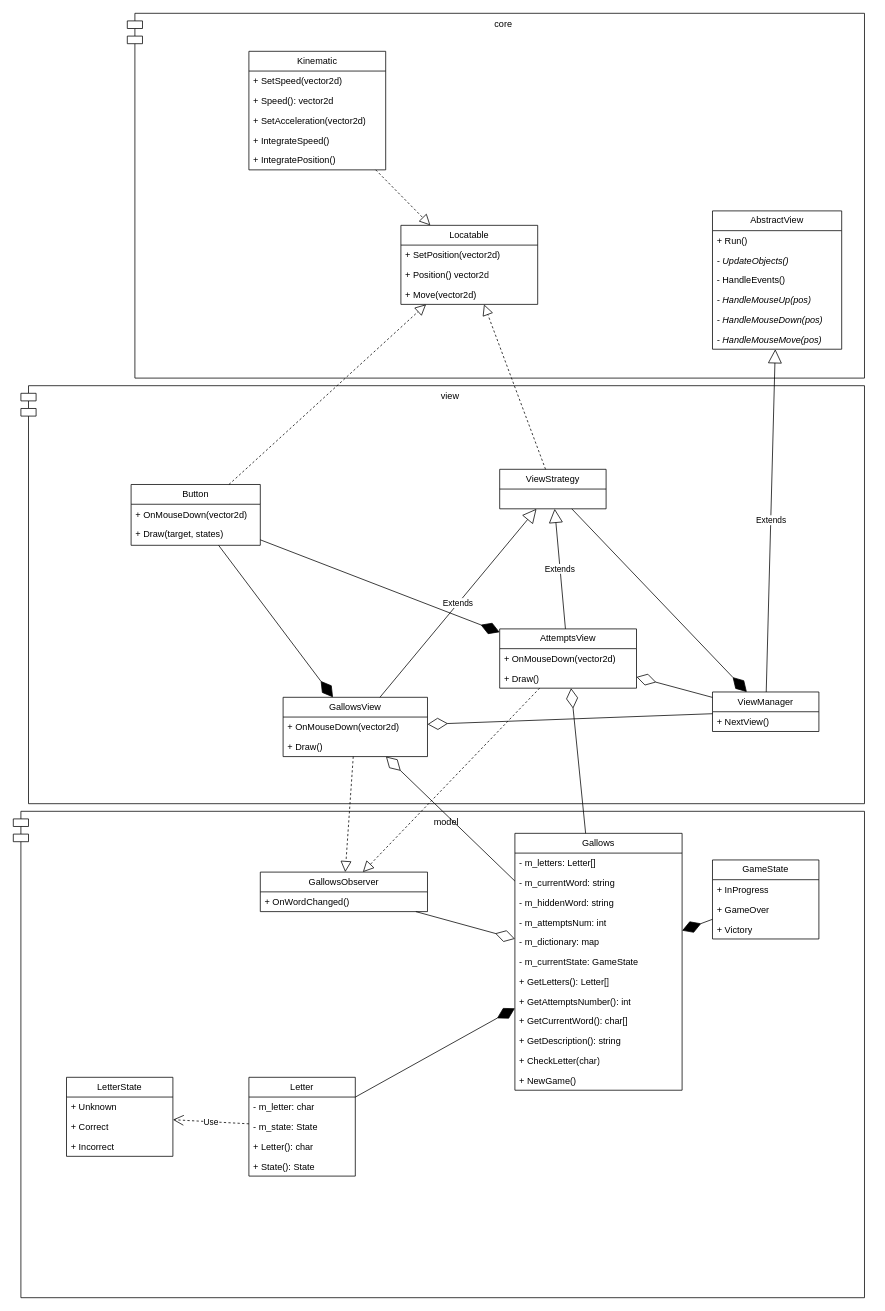
Earlier version of the draw.io diagram labs/lab1/gallows/gallows.drawio (Depiflaks/CG). Source tidied: cells renumbered, new cells numbered last; positions are measured from the earlier drawing's top-left corner, leaving out a move shared by most shapes. Both pictures are drawn from the tidied source at 76%, with x=0, y=0 at pixel (13, 13).
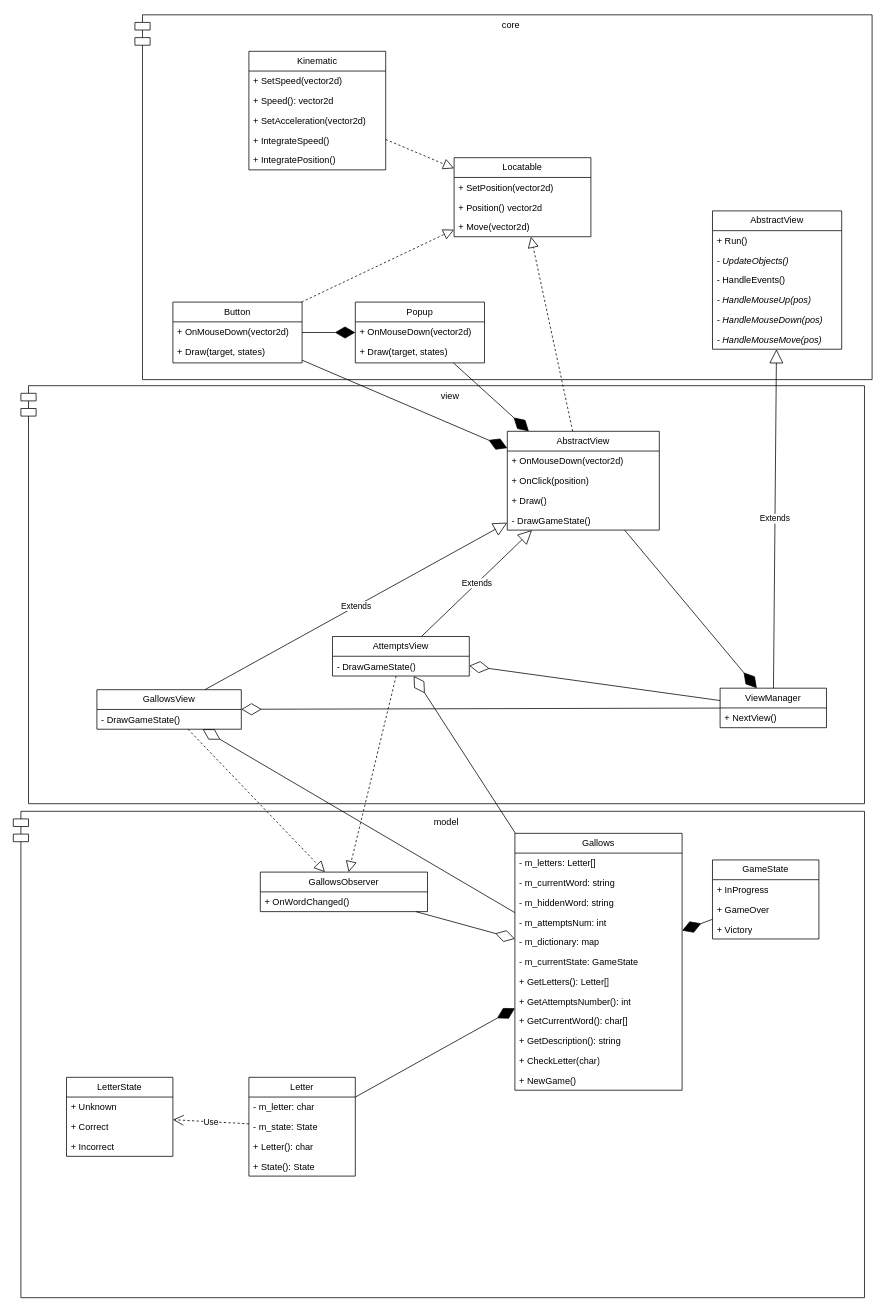
The same page after the edit.

Commit message (it also covers changes not shown here):
lab1 подбил диаграмму классов

What changed in the source:
```diff
@@
     <mxCell id="2" value="core" style="shape=module;align=left;spacingLeft=20;align=center;verticalAlign=top;whiteSpace=wrap;html=1;" parent="1" vertex="1">
-      <mxGeometry x="150" width="970" height="480" as="geometry" />
+      <mxGeometry x="160" y="2" width="970" height="480" as="geometry" />
     </mxCell>
     <mxCell id="3" value="Locatable" style="swimlane;fontStyle=0;horizontal=1;startSize=26;fillColor=none;whiteSpace=wrap;html=1;" parent="1" vertex="1">
-      <mxGeometry x="510" y="279" width="180" height="104" as="geometry" />
+      <mxGeometry x="580" y="190" width="180" height="104" as="geometry" />
     </mxCell>
@@
     <mxCell id="52" value="ViewManager" style="swimlane;fontStyle=0;horizontal=1;startSize=26;fillColor=none;whiteSpace=wrap;html=1;" parent="1" vertex="1">
-      <mxGeometry x="920" y="893" width="140" height="52" as="geometry" />
+      <mxGeometry x="930" y="888" width="140" height="52" as="geometry" />
     </mxCell>
@@
     <mxCell id="54" value="GallowsView" style="swimlane;fontStyle=0;horizontal=1;startSize=26;fillColor=none;whiteSpace=wrap;html=1;" parent="1" vertex="1">
-      <mxGeometry x="355" y="900" width="190" height="78" as="geometry" />
+      <mxGeometry x="110" y="890" width="190" height="52" as="geometry" />
     </mxCell>
-    <mxCell id="55" value="+ OnMouseDown(vector2d)" style="text;strokeColor=none;fillColor=none;align=left;verticalAlign=top;spacingLeft=4;spacingRight=4;overflow=hidden;whiteSpace=wrap;html=1;" parent="54" vertex="1">
-      <mxGeometry y="26" width="190" height="26" as="geometry" />
-    </mxCell>
-    <mxCell id="56" value="+ Draw()" style="text;strokeColor=none;fillColor=none;align=left;verticalAlign=top;spacingLeft=4;spacingRight=4;overflow=hidden;whiteSpace=wrap;html=1;" parent="54" vertex="1">
-      <mxGeometry y="52" width="190" height="26" as="geometry" />
-    </mxCell>
+    <mxCell id="81" value="- DrawGameState()" style="text;strokeColor=none;fillColor=none;align=left;verticalAlign=top;spacingLeft=4;spacingRight=4;overflow=hidden;whiteSpace=wrap;html=1;" parent="54" vertex="1">
+      <mxGeometry y="26" width="190" height="26" as="geometry" />
+    </mxCell>
     <mxCell id="57" value="AttemptsView" style="swimlane;fontStyle=0;horizontal=1;startSize=26;fillColor=none;whiteSpace=wrap;html=1;" parent="1" vertex="1">
-      <mxGeometry x="640" y="810" width="180" height="78" as="geometry" />
+      <mxGeometry x="420" y="820" width="180" height="52" as="geometry" />
     </mxCell>
-    <mxCell id="58" value="+ OnMouseDown(vector2d)" style="text;strokeColor=none;fillColor=none;align=left;verticalAlign=top;spacingLeft=4;spacingRight=4;overflow=hidden;whiteSpace=wrap;html=1;" parent="57" vertex="1">
-      <mxGeometry y="26" width="180" height="26" as="geometry" />
-    </mxCell>
-    <mxCell id="59" value="+ Draw()" style="text;strokeColor=none;fillColor=none;align=left;verticalAlign=top;spacingLeft=4;spacingRight=4;overflow=hidden;whiteSpace=wrap;html=1;" parent="57" vertex="1">
-      <mxGeometry y="52" width="180" height="26" as="geometry" />
-    </mxCell>
-    <mxCell id="60" value="ViewStrategy" style="swimlane;fontStyle=0;horizontal=1;startSize=26;fillColor=none;whiteSpace=wrap;html=1;" parent="1" vertex="1">
-      <mxGeometry x="640" y="600" width="140" height="52" as="geometry" />
-    </mxCell>
-    <mxCell id="61" value="Extends" style="endArrow=block;endSize=16;endFill=0;html=1;rounded=0;" parent="1" edge="1" source="57" target="60">
-      <mxGeometry relative="1" as="geometry" />
-    </mxCell>
-    <mxCell id="62" value="Extends" style="endArrow=block;endSize=16;endFill=0;html=1;rounded=0;" parent="1" edge="1" source="54" target="60">
-      <mxGeometry relative="1" as="geometry" />
-    </mxCell>
+    <mxCell id="82" value="- DrawGameState()" style="text;strokeColor=none;fillColor=none;align=left;verticalAlign=top;spacingLeft=4;spacingRight=4;overflow=hidden;whiteSpace=wrap;html=1;" parent="57" vertex="1">
+      <mxGeometry y="26" width="180" height="26" as="geometry" />
+    </mxCell>
@@
-    <mxCell id="66" style="endArrow=diamondThin;endFill=1;endSize=24;html=1;rounded=0;" parent="1" edge="1" source="60" target="52">
+    <mxCell id="66" style="endArrow=diamondThin;endFill=1;endSize=24;html=1;rounded=0;" parent="1" edge="1" source="83" target="52">
       <mxGeometry relative="1" as="geometry" />
     </mxCell>
@@
-    <mxCell id="69" style="endArrow=block;dashed=1;endFill=0;endSize=12;html=1;rounded=0;" parent="1" edge="1" source="60" target="3">
+    <mxCell id="69" style="endArrow=block;dashed=1;endFill=0;endSize=12;html=1;rounded=0;" parent="1" edge="1" source="83" target="3">
       <mxGeometry relative="1" as="geometry" />
     </mxCell>
     <mxCell id="70" value="Button" style="swimlane;fontStyle=0;horizontal=1;startSize=26;fillColor=none;whiteSpace=wrap;html=1;" parent="1" vertex="1">
-      <mxGeometry x="155" y="620" width="170" height="80" as="geometry" />
+      <mxGeometry x="210" y="380" width="170" height="80" as="geometry" />
     </mxCell>
@@
-    <mxCell id="74" style="endArrow=diamondThin;endFill=1;endSize=24;html=1;rounded=0;" parent="1" edge="1" source="70" target="57">
+    <mxCell id="74" style="endArrow=diamondThin;endFill=1;endSize=24;html=1;rounded=0;" parent="1" edge="1" source="70" target="83">
       <mxGeometry relative="1" as="geometry" />
     </mxCell>
-    <mxCell id="75" style="endArrow=diamondThin;endFill=1;endSize=24;html=1;rounded=0;" parent="1" edge="1" source="70" target="54">
-      <mxGeometry relative="1" as="geometry" />
-    </mxCell>
@@
+    <mxCell id="83" value="AbstractView" style="swimlane;fontStyle=0;horizontal=1;startSize=26;fillColor=none;whiteSpace=wrap;html=1;" parent="1" vertex="1">
+      <mxGeometry x="650" y="550" width="200" height="130" as="geometry" />
+    </mxCell>
+    <mxCell id="58" value="+ OnMouseDown(vector2d)" style="text;strokeColor=none;fillColor=none;align=left;verticalAlign=top;spacingLeft=4;spacingRight=4;overflow=hidden;whiteSpace=wrap;html=1;" parent="83" vertex="1">
+      <mxGeometry y="26" width="200" height="26" as="geometry" />
+    </mxCell>
+    <mxCell id="84" value="+ OnClick(position)" style="text;strokeColor=none;fillColor=none;align=left;verticalAlign=top;spacingLeft=4;spacingRight=4;overflow=hidden;whiteSpace=wrap;html=1;" parent="83" vertex="1">
+      <mxGeometry y="52" width="200" height="26" as="geometry" />
+    </mxCell>
+    <mxCell id="59" value="+ Draw()" style="text;strokeColor=none;fillColor=none;align=left;verticalAlign=top;spacingLeft=4;spacingRight=4;overflow=hidden;whiteSpace=wrap;html=1;" parent="83" vertex="1">
+      <mxGeometry y="78" width="200" height="26" as="geometry" />
+    </mxCell>
+    <mxCell id="85" value="- DrawGameState()" style="text;strokeColor=none;fillColor=none;align=left;verticalAlign=top;spacingLeft=4;spacingRight=4;overflow=hidden;whiteSpace=wrap;html=1;" parent="83" vertex="1">
+      <mxGeometry y="104" width="200" height="26" as="geometry" />
+    </mxCell>
+    <mxCell id="86" value="Extends" style="endArrow=block;endSize=16;endFill=0;html=1;rounded=0;" parent="1" edge="1" source="54" target="83">
+      <mxGeometry relative="1" as="geometry" />
+    </mxCell>
+    <mxCell id="87" value="Extends" style="endArrow=block;endSize=16;endFill=0;html=1;rounded=0;" parent="1" edge="1" source="57" target="83">
+      <mxGeometry relative="1" as="geometry" />
+    </mxCell>
+    <mxCell id="88" value="Popup" style="swimlane;fontStyle=0;horizontal=1;startSize=26;fillColor=none;whiteSpace=wrap;html=1;" parent="1" vertex="1">
+      <mxGeometry x="450" y="380" width="170" height="80" as="geometry" />
+    </mxCell>
+    <mxCell id="55" value="+ OnMouseDown(vector2d)" style="text;strokeColor=none;fillColor=none;align=left;verticalAlign=top;spacingLeft=4;spacingRight=4;overflow=hidden;whiteSpace=wrap;html=1;" parent="88" vertex="1">
+      <mxGeometry y="26" width="170" height="26" as="geometry" />
+    </mxCell>
+    <mxCell id="89" value="+ Draw(target, states)" style="text;strokeColor=none;fillColor=none;align=left;verticalAlign=top;spacingLeft=4;spacingRight=4;overflow=hidden;whiteSpace=wrap;html=1;" parent="88" vertex="1">
+      <mxGeometry y="52" width="170" height="28" as="geometry" />
+    </mxCell>
+    <mxCell id="90" style="endArrow=diamondThin;endFill=1;endSize=24;html=1;rounded=0;" parent="1" edge="1" source="70" target="88">
+      <mxGeometry relative="1" as="geometry" />
+    </mxCell>
+    <mxCell id="91" style="endArrow=diamondThin;endFill=1;endSize=24;html=1;rounded=0;" parent="1" edge="1" source="88" target="83">
+      <mxGeometry relative="1" as="geometry" />
+    </mxCell>
```
